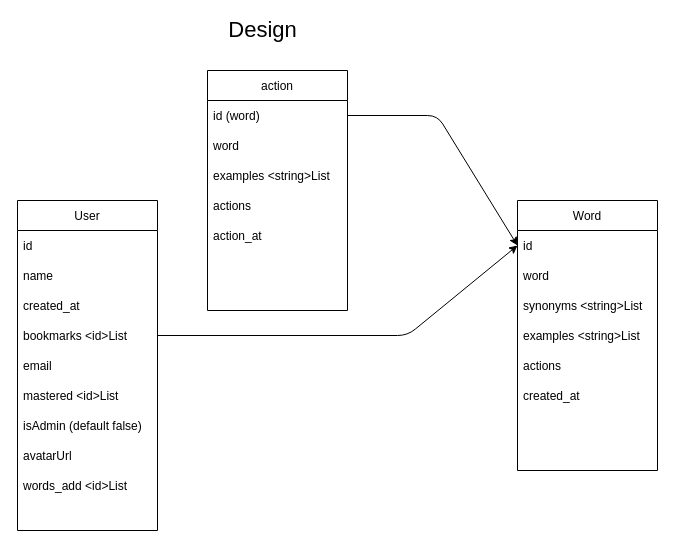
maheshj01/vocabhub keeps this draw.io diagram as design.drawio. Above is the earlier version. Source tidied: cells renumbered, new cells numbered last; positions are measured from the earlier drawing's top-left corner, leaving out a move shared by most shapes. Both pictures are drawn from the tidied source at 100%, with x=0, y=0 at pixel (17, 20).
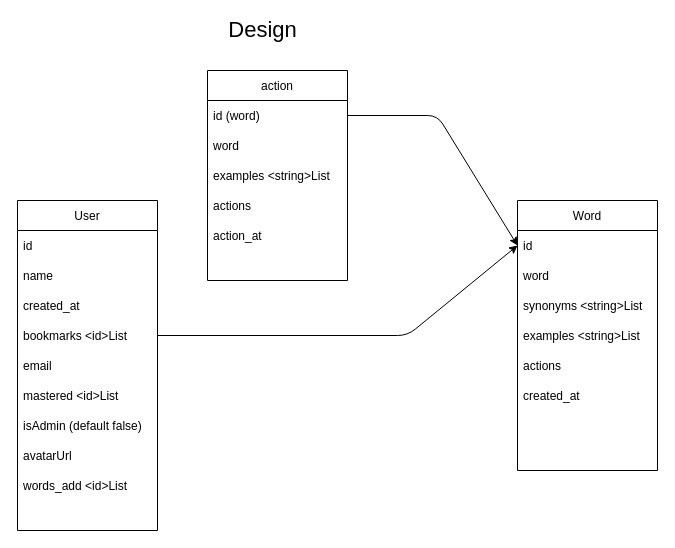
Above is the later version.

Diff of the diagram source:
```diff
@@
     <mxCell id="22" value="action" style="swimlane;fontStyle=0;horizontal=1;startSize=30;" parent="1" vertex="1">
-      <mxGeometry x="190" y="50" width="140" height="240" as="geometry" />
+      <mxGeometry x="190" y="50" width="140" height="210" as="geometry" />
     </mxCell>
@@
-    <mxCell id="29" style="text;strokeColor=none;fillColor=none;align=left;verticalAlign=middle;spacingLeft=4;spacingRight=4;overflow=hidden;" parent="22" vertex="1">
-      <mxGeometry y="210" width="140" height="30" as="geometry" />
-    </mxCell>
```
